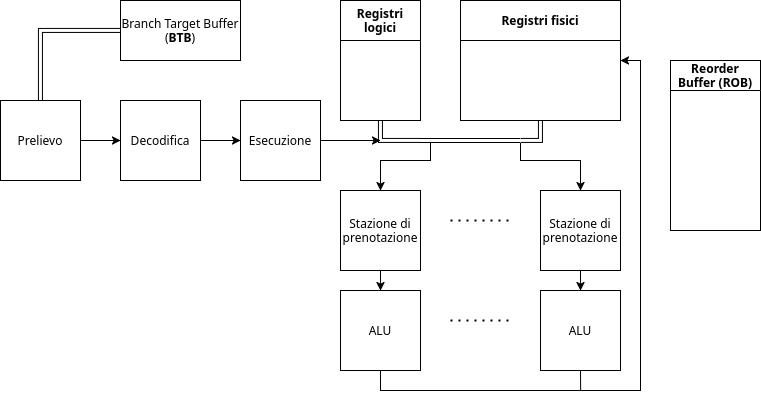
This is figures/arch1.png from seggiani-luca/appunti-ce, a draw.io export, as it was before one commit. Source tidied: cells renumbered, new cells last; positions are measured from the earlier drawing's top-left corner, leaving out a move shared by most shapes. Its diagram source:
```xml
<mxGraphModel>
  <root>
    <mxCell id="0" />
    <mxCell id="1" parent="0" />
    <mxCell id="2" style="edgeStyle=orthogonalEdgeStyle;rounded=0;jettySize=auto;html=1;exitX=1;exitY=0.5;exitDx=0;exitDy=0;entryX=0;entryY=0.5;entryDx=0;entryDy=0;" parent="1" edge="1" source="3" target="5">
      <mxGeometry relative="1" as="geometry" />
    </mxCell>
    <mxCell id="3" value="&lt;font face=&quot;sans&quot;&gt;Prelievo&lt;/font&gt;" style="whiteSpace=wrap;html=1;" parent="1" vertex="1">
      <mxGeometry y="100" width="80" height="80" as="geometry" />
    </mxCell>
    <mxCell id="4" style="edgeStyle=orthogonalEdgeStyle;rounded=0;jettySize=auto;html=1;" parent="1" edge="1" source="5" target="7">
      <mxGeometry relative="1" as="geometry" />
    </mxCell>
    <mxCell id="5" value="&lt;font face=&quot;sans&quot;&gt;Decodifica&lt;/font&gt;" style="whiteSpace=wrap;html=1;" parent="1" vertex="1">
      <mxGeometry x="120" y="100" width="80" height="80" as="geometry" />
    </mxCell>
    <mxCell id="6" style="edgeStyle=orthogonalEdgeStyle;rounded=0;jettySize=auto;html=1;" parent="1" edge="1" source="7">
      <mxGeometry relative="1" as="geometry">
        <mxPoint x="380" y="140" as="targetPoint" />
      </mxGeometry>
    </mxCell>
    <mxCell id="7" value="&lt;font face=&quot;sans&quot;&gt;Esecuzione&lt;/font&gt;" style="whiteSpace=wrap;html=1;" parent="1" vertex="1">
      <mxGeometry x="240" y="100" width="80" height="80" as="geometry" />
    </mxCell>
    <mxCell id="8" style="edgeStyle=orthogonalEdgeStyle;rounded=0;jettySize=auto;html=1;strokeColor=default;shape=link;" parent="1" edge="1" source="9" target="3">
      <mxGeometry relative="1" as="geometry" />
    </mxCell>
    <mxCell id="9" value="&lt;div&gt;&lt;font face=&quot;sans&quot;&gt;Branch Target Buffer (&lt;b&gt;BTB&lt;/b&gt;)&lt;/font&gt;&lt;/div&gt;" style="rounded=0;whiteSpace=wrap;html=1;" parent="1" vertex="1">
      <mxGeometry x="120" width="120" height="60" as="geometry" />
    </mxCell>
    <mxCell id="10" style="edgeStyle=orthogonalEdgeStyle;rounded=0;jettySize=auto;html=1;exitX=0.5;exitY=1;exitDx=0;exitDy=0;shape=link;" parent="1" edge="1" source="11">
      <mxGeometry relative="1" as="geometry">
        <mxPoint x="420" y="140" as="targetPoint" />
      </mxGeometry>
    </mxCell>
    <mxCell id="11" value="&lt;font face=&quot;sans&quot;&gt;Registri logici&lt;/font&gt;" style="swimlane;whiteSpace=wrap;html=1;startSize=40;" parent="1" vertex="1">
      <mxGeometry x="340" width="80" height="120" as="geometry" />
    </mxCell>
    <mxCell id="12" style="edgeStyle=orthogonalEdgeStyle;rounded=0;jettySize=auto;html=1;shape=link;" parent="1" edge="1" source="13">
      <mxGeometry relative="1" as="geometry">
        <mxPoint x="520" y="140" as="targetPoint" />
      </mxGeometry>
    </mxCell>
    <mxCell id="13" value="&lt;font face=&quot;sans&quot;&gt;Registri fisici&lt;/font&gt;" style="swimlane;whiteSpace=wrap;html=1;startSize=40;" parent="1" vertex="1">
      <mxGeometry x="460" width="160" height="120" as="geometry" />
    </mxCell>
    <mxCell id="14" style="edgeStyle=orthogonalEdgeStyle;rounded=0;jettySize=auto;html=1;" parent="1" edge="1" source="15" target="19">
      <mxGeometry relative="1" as="geometry" />
    </mxCell>
    <mxCell id="15" value="&lt;font face=&quot;sans&quot;&gt;Stazione di prenotazione&lt;/font&gt;" style="whiteSpace=wrap;html=1;" parent="1" vertex="1">
      <mxGeometry x="340" y="190" width="80" height="80" as="geometry" />
    </mxCell>
    <mxCell id="16" style="edgeStyle=orthogonalEdgeStyle;rounded=0;jettySize=auto;html=1;" parent="1" edge="1" source="17" target="21">
      <mxGeometry relative="1" as="geometry" />
    </mxCell>
    <mxCell id="17" value="&lt;font face=&quot;sans&quot;&gt;Stazione di prenotazione&lt;/font&gt;" style="whiteSpace=wrap;html=1;" parent="1" vertex="1">
      <mxGeometry x="540" y="190" width="80" height="80" as="geometry" />
    </mxCell>
    <mxCell id="18" style="edgeStyle=orthogonalEdgeStyle;rounded=0;jettySize=auto;html=1;exitX=0.5;exitY=1;exitDx=0;exitDy=0;entryX=1;entryY=0.5;entryDx=0;entryDy=0;" parent="1" edge="1" source="19" target="13">
      <mxGeometry relative="1" as="geometry" />
    </mxCell>
    <mxCell id="19" value="&lt;font face=&quot;sans&quot;&gt;ALU&lt;/font&gt;" style="whiteSpace=wrap;html=1;" parent="1" vertex="1">
      <mxGeometry x="340" y="290" width="80" height="80" as="geometry" />
    </mxCell>
    <mxCell id="20" style="edgeStyle=orthogonalEdgeStyle;rounded=0;jettySize=auto;html=1;exitX=0.5;exitY=1;exitDx=0;exitDy=0;endArrow=none;startFill=0;" parent="1" edge="1" source="21">
      <mxGeometry relative="1" as="geometry">
        <mxPoint x="580.1" y="390" as="targetPoint" />
      </mxGeometry>
    </mxCell>
    <mxCell id="21" value="&lt;font face=&quot;sans&quot;&gt;ALU&lt;/font&gt;" style="whiteSpace=wrap;html=1;" parent="1" vertex="1">
      <mxGeometry x="540" y="290" width="80" height="80" as="geometry" />
    </mxCell>
    <mxCell id="22" style="shape=link;html=1;rounded=0;" parent="1" edge="1">
      <mxGeometry relative="1" as="geometry">
        <mxPoint x="420" y="140" as="sourcePoint" />
        <mxPoint x="520" y="140" as="targetPoint" />
      </mxGeometry>
    </mxCell>
    <mxCell id="23" style="endArrow=classic;html=1;rounded=0;entryX=0.5;entryY=0;entryDx=0;entryDy=0;edgeStyle=orthogonalEdgeStyle;" parent="1" edge="1" target="15">
      <mxGeometry relative="1" as="geometry">
        <mxPoint x="430" y="143" as="sourcePoint" />
        <Array as="points">
          <mxPoint x="430" y="160" />
          <mxPoint x="380" y="160" />
        </Array>
      </mxGeometry>
    </mxCell>
    <mxCell id="24" style="endArrow=classic;html=1;rounded=0;edgeStyle=orthogonalEdgeStyle;" parent="1" edge="1">
      <mxGeometry relative="1" as="geometry">
        <mxPoint x="520" y="143" as="sourcePoint" />
        <mxPoint x="580" y="190" as="targetPoint" />
        <Array as="points">
          <mxPoint x="520" y="160" />
          <mxPoint x="580" y="160" />
          <mxPoint x="580" y="190" />
        </Array>
      </mxGeometry>
    </mxCell>
    <mxCell id="25" style="endArrow=none;dashed=1;html=1;dashPattern=1 3;strokeWidth=2;rounded=0;" parent="1" edge="1">
      <mxGeometry relative="1" as="geometry">
        <mxPoint x="450" y="220" as="sourcePoint" />
        <mxPoint x="510" y="220" as="targetPoint" />
      </mxGeometry>
    </mxCell>
    <mxCell id="26" style="endArrow=none;dashed=1;html=1;dashPattern=1 3;strokeWidth=2;rounded=0;" parent="1" edge="1">
      <mxGeometry relative="1" as="geometry">
        <mxPoint x="450" y="320" as="sourcePoint" />
        <mxPoint x="510" y="320" as="targetPoint" />
      </mxGeometry>
    </mxCell>
    <mxCell id="27" value="&lt;font face=&quot;sans&quot;&gt;Reorder Buffer (ROB)&lt;/font&gt;" style="swimlane;whiteSpace=wrap;html=1;startSize=30;" parent="1" vertex="1">
      <mxGeometry x="670" y="60" width="90" height="170" as="geometry" />
    </mxCell>
  </root>
</mxGraphModel>
```
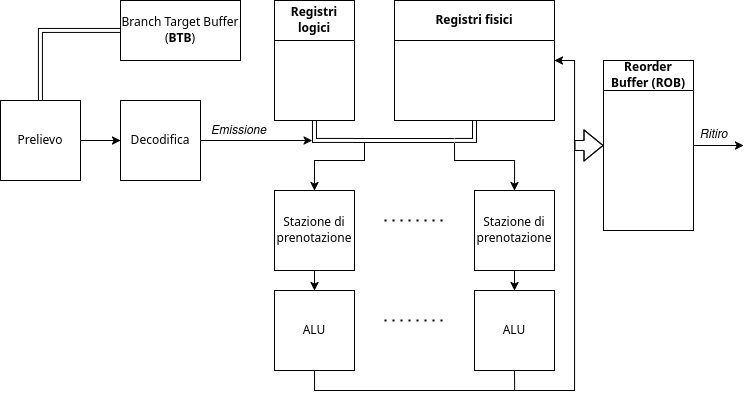
Above is the later version.

Change to the diagram source:
```diff
@@ -6,41 +6,35 @@
       <mxGeometry relative="1" as="geometry" />
     </mxCell>
     <mxCell id="3" value="&lt;font face=&quot;sans&quot;&gt;Prelievo&lt;/font&gt;" style="whiteSpace=wrap;html=1;" parent="1" vertex="1">
-      <mxGeometry y="100" width="80" height="80" as="geometry" />
+      <mxGeometry x="66" y="100" width="80" height="80" as="geometry" />
     </mxCell>
-    <mxCell id="4" style="edgeStyle=orthogonalEdgeStyle;rounded=0;jettySize=auto;html=1;" parent="1" edge="1" source="5" target="7">
-      <mxGeometry relative="1" as="geometry" />
-    </mxCell>
+    <mxCell id="28" style="edgeStyle=orthogonalEdgeStyle;rounded=0;jettySize=auto;html=1;" parent="1" edge="1" source="5">
+      <mxGeometry relative="1" as="geometry">
+        <mxPoint x="377.7" y="140" as="targetPoint" />
+      </mxGeometry>
+    </mxCell>
     <mxCell id="5" value="&lt;font face=&quot;sans&quot;&gt;Decodifica&lt;/font&gt;" style="whiteSpace=wrap;html=1;" parent="1" vertex="1">
-      <mxGeometry x="120" y="100" width="80" height="80" as="geometry" />
+      <mxGeometry x="186" y="100" width="80" height="80" as="geometry" />
     </mxCell>
-    <mxCell id="6" style="edgeStyle=orthogonalEdgeStyle;rounded=0;jettySize=auto;html=1;" parent="1" edge="1" source="7">
-      <mxGeometry relative="1" as="geometry">
-        <mxPoint x="380" y="140" as="targetPoint" />
-      </mxGeometry>
-    </mxCell>
-    <mxCell id="7" value="&lt;font face=&quot;sans&quot;&gt;Esecuzione&lt;/font&gt;" style="whiteSpace=wrap;html=1;" parent="1" vertex="1">
-      <mxGeometry x="240" y="100" width="80" height="80" as="geometry" />
-    </mxCell>
     <mxCell id="8" style="edgeStyle=orthogonalEdgeStyle;rounded=0;jettySize=auto;html=1;strokeColor=default;shape=link;" parent="1" edge="1" source="9" target="3">
       <mxGeometry relative="1" as="geometry" />
     </mxCell>
     <mxCell id="9" value="&lt;div&gt;&lt;font face=&quot;sans&quot;&gt;Branch Target Buffer (&lt;b&gt;BTB&lt;/b&gt;)&lt;/font&gt;&lt;/div&gt;" style="rounded=0;whiteSpace=wrap;html=1;" parent="1" vertex="1">
-      <mxGeometry x="120" width="120" height="60" as="geometry" />
+      <mxGeometry x="186" width="120" height="60" as="geometry" />
     </mxCell>
-    <mxCell id="10" style="edgeStyle=orthogonalEdgeStyle;rounded=0;jettySize=auto;html=1;exitX=0.5;exitY=1;exitDx=0;exitDy=0;shape=link;" parent="1" edge="1" source="11">
-      <mxGeometry relative="1" as="geometry">
-        <mxPoint x="420" y="140" as="targetPoint" />
-      </mxGeometry>
-    </mxCell>
+    <mxCell id="29" style="edgeStyle=orthogonalEdgeStyle;rounded=0;jettySize=auto;html=1;exitX=0.5;exitY=1;exitDx=0;exitDy=0;shape=link;" parent="1" edge="1" source="11">
+      <mxGeometry relative="1" as="geometry">
+        <mxPoint x="420" y="140" as="targetPoint" />
+      </mxGeometry>
+    </mxCell>
     <mxCell id="11" value="&lt;font face=&quot;sans&quot;&gt;Registri logici&lt;/font&gt;" style="swimlane;whiteSpace=wrap;html=1;startSize=40;" parent="1" vertex="1">
       <mxGeometry x="340" width="80" height="120" as="geometry" />
     </mxCell>
-    <mxCell id="12" style="edgeStyle=orthogonalEdgeStyle;rounded=0;jettySize=auto;html=1;shape=link;" parent="1" edge="1" source="13">
-      <mxGeometry relative="1" as="geometry">
-        <mxPoint x="520" y="140" as="targetPoint" />
-      </mxGeometry>
-    </mxCell>
+    <mxCell id="30" style="edgeStyle=orthogonalEdgeStyle;rounded=0;jettySize=auto;html=1;shape=link;" parent="1" edge="1" source="13">
+      <mxGeometry relative="1" as="geometry">
+        <mxPoint x="520" y="140" as="targetPoint" />
+      </mxGeometry>
+    </mxCell>
     <mxCell id="13" value="&lt;font face=&quot;sans&quot;&gt;Registri fisici&lt;/font&gt;" style="swimlane;whiteSpace=wrap;html=1;startSize=40;" parent="1" vertex="1">
       <mxGeometry x="460" width="160" height="120" as="geometry" />
     </mxCell>
@@ -62,54 +56,70 @@
     <mxCell id="19" value="&lt;font face=&quot;sans&quot;&gt;ALU&lt;/font&gt;" style="whiteSpace=wrap;html=1;" parent="1" vertex="1">
       <mxGeometry x="340" y="290" width="80" height="80" as="geometry" />
     </mxCell>
-    <mxCell id="20" style="edgeStyle=orthogonalEdgeStyle;rounded=0;jettySize=auto;html=1;exitX=0.5;exitY=1;exitDx=0;exitDy=0;endArrow=none;startFill=0;" parent="1" edge="1" source="21">
-      <mxGeometry relative="1" as="geometry">
-        <mxPoint x="580.1" y="390" as="targetPoint" />
-      </mxGeometry>
-    </mxCell>
+    <mxCell id="31" style="edgeStyle=orthogonalEdgeStyle;rounded=0;jettySize=auto;html=1;exitX=0.5;exitY=1;exitDx=0;exitDy=0;endArrow=none;startFill=0;" parent="1" edge="1" source="21">
+      <mxGeometry relative="1" as="geometry">
+        <mxPoint x="580.1" y="390" as="targetPoint" />
+      </mxGeometry>
+    </mxCell>
     <mxCell id="21" value="&lt;font face=&quot;sans&quot;&gt;ALU&lt;/font&gt;" style="whiteSpace=wrap;html=1;" parent="1" vertex="1">
       <mxGeometry x="540" y="290" width="80" height="80" as="geometry" />
     </mxCell>
-    <mxCell id="22" style="shape=link;html=1;rounded=0;" parent="1" edge="1">
-      <mxGeometry relative="1" as="geometry">
-        <mxPoint x="420" y="140" as="sourcePoint" />
-        <mxPoint x="520" y="140" as="targetPoint" />
-      </mxGeometry>
-    </mxCell>
-    <mxCell id="23" style="endArrow=classic;html=1;rounded=0;entryX=0.5;entryY=0;entryDx=0;entryDy=0;edgeStyle=orthogonalEdgeStyle;" parent="1" edge="1" target="15">
-      <mxGeometry relative="1" as="geometry">
-        <mxPoint x="430" y="143" as="sourcePoint" />
-        <Array as="points">
-          <mxPoint x="430" y="160" />
-          <mxPoint x="380" y="160" />
-        </Array>
-      </mxGeometry>
-    </mxCell>
-    <mxCell id="24" style="endArrow=classic;html=1;rounded=0;edgeStyle=orthogonalEdgeStyle;" parent="1" edge="1">
-      <mxGeometry relative="1" as="geometry">
-        <mxPoint x="520" y="143" as="sourcePoint" />
-        <mxPoint x="580" y="190" as="targetPoint" />
-        <Array as="points">
-          <mxPoint x="520" y="160" />
-          <mxPoint x="580" y="160" />
-          <mxPoint x="580" y="190" />
-        </Array>
-      </mxGeometry>
-    </mxCell>
-    <mxCell id="25" style="endArrow=none;dashed=1;html=1;dashPattern=1 3;strokeWidth=2;rounded=0;" parent="1" edge="1">
-      <mxGeometry relative="1" as="geometry">
-        <mxPoint x="450" y="220" as="sourcePoint" />
-        <mxPoint x="510" y="220" as="targetPoint" />
-      </mxGeometry>
-    </mxCell>
-    <mxCell id="26" style="endArrow=none;dashed=1;html=1;dashPattern=1 3;strokeWidth=2;rounded=0;" parent="1" edge="1">
-      <mxGeometry relative="1" as="geometry">
-        <mxPoint x="450" y="320" as="sourcePoint" />
-        <mxPoint x="510" y="320" as="targetPoint" />
-      </mxGeometry>
-    </mxCell>
+    <mxCell id="32" style="shape=link;html=1;rounded=0;" parent="1" edge="1">
+      <mxGeometry relative="1" as="geometry">
+        <mxPoint x="420" y="140" as="sourcePoint" />
+        <mxPoint x="520" y="140" as="targetPoint" />
+      </mxGeometry>
+    </mxCell>
+    <mxCell id="33" style="endArrow=classic;html=1;rounded=0;entryX=0.5;entryY=0;entryDx=0;entryDy=0;edgeStyle=orthogonalEdgeStyle;" parent="1" edge="1" target="15">
+      <mxGeometry relative="1" as="geometry">
+        <mxPoint x="430" y="143" as="sourcePoint" />
+        <Array as="points">
+          <mxPoint x="430" y="160" />
+          <mxPoint x="380" y="160" />
+        </Array>
+      </mxGeometry>
+    </mxCell>
+    <mxCell id="34" style="endArrow=classic;html=1;rounded=0;edgeStyle=orthogonalEdgeStyle;" parent="1" edge="1">
+      <mxGeometry relative="1" as="geometry">
+        <mxPoint x="520" y="143" as="sourcePoint" />
+        <mxPoint x="580" y="190" as="targetPoint" />
+        <Array as="points">
+          <mxPoint x="520" y="160" />
+          <mxPoint x="580" y="160" />
+          <mxPoint x="580" y="190" />
+        </Array>
+      </mxGeometry>
+    </mxCell>
+    <mxCell id="35" style="endArrow=none;dashed=1;html=1;dashPattern=1 3;strokeWidth=2;rounded=0;" parent="1" edge="1">
+      <mxGeometry relative="1" as="geometry">
+        <mxPoint x="450" y="220" as="sourcePoint" />
+        <mxPoint x="510" y="220" as="targetPoint" />
+      </mxGeometry>
+    </mxCell>
+    <mxCell id="36" style="endArrow=none;dashed=1;html=1;dashPattern=1 3;strokeWidth=2;rounded=0;" parent="1" edge="1">
+      <mxGeometry relative="1" as="geometry">
+        <mxPoint x="450" y="320" as="sourcePoint" />
+        <mxPoint x="510" y="320" as="targetPoint" />
+      </mxGeometry>
+    </mxCell>
+    <mxCell id="37" style="edgeStyle=orthogonalEdgeStyle;rounded=0;jettySize=auto;html=1;startArrow=classic;startFill=0;shape=flexArrow;endArrow=none;" parent="1" edge="1" source="27">
+      <mxGeometry relative="1" as="geometry">
+        <mxPoint x="640" y="145" as="targetPoint" />
+      </mxGeometry>
+    </mxCell>
+    <mxCell id="38" style="edgeStyle=orthogonalEdgeStyle;rounded=0;jettySize=auto;html=1;" parent="1" edge="1" source="27">
+      <mxGeometry relative="1" as="geometry">
+        <mxPoint x="809" y="145" as="targetPoint" />
+      </mxGeometry>
+    </mxCell>
     <mxCell id="27" value="&lt;font face=&quot;sans&quot;&gt;Reorder Buffer (ROB)&lt;/font&gt;" style="swimlane;whiteSpace=wrap;html=1;startSize=30;" parent="1" vertex="1">
-      <mxGeometry x="670" y="60" width="90" height="170" as="geometry" />
+      <mxGeometry x="669" y="60" width="90" height="170" as="geometry" />
     </mxCell>
+    <mxCell id="39" value="&lt;div&gt;&lt;i&gt;Emissione&lt;/i&gt;&lt;/div&gt;" style="text;html=1;align=center;verticalAlign=middle;strokeColor=none;fillColor=none;" parent="1" vertex="1">
+      <mxGeometry x="267" y="116" width="73" height="28" as="geometry" />
+    </mxCell>
+    <mxCell id="40" value="&lt;i&gt;Ritiro&lt;/i&gt;" style="text;html=1;align=center;verticalAlign=middle;strokeColor=none;fillColor=none;" parent="1" vertex="1">
+      <mxGeometry x="756" y="120" width="46" height="28" as="geometry" />
+    </mxCell>
   </root>
 </mxGraphModel>
```
